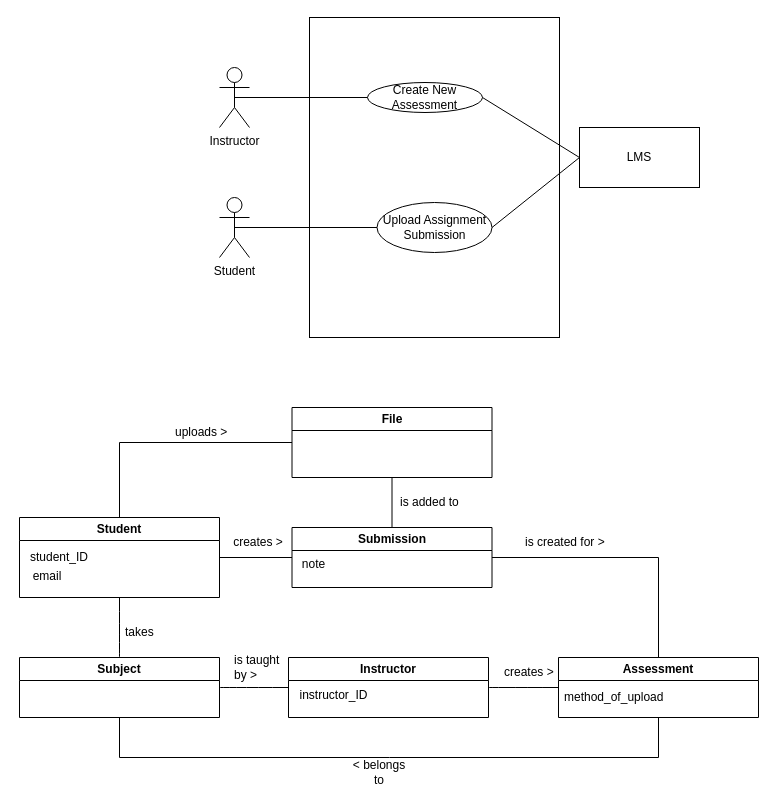
This is page "Page-1" (1 of 2) of domain_model_Workshop_2.drawio from antonykimuom/SWEN30006-2025-SM1-workshop1-tuew05-14-00-team-12, a draw.io file, before an edit. Source tidied: cells renumbered, new cells numbered last; positions are measured from the earlier drawing's top-left corner, leaving out a move shared by most shapes. Both pictures are drawn from the tidied source at 100%, with x=0, y=0 at pixel (17, 17).
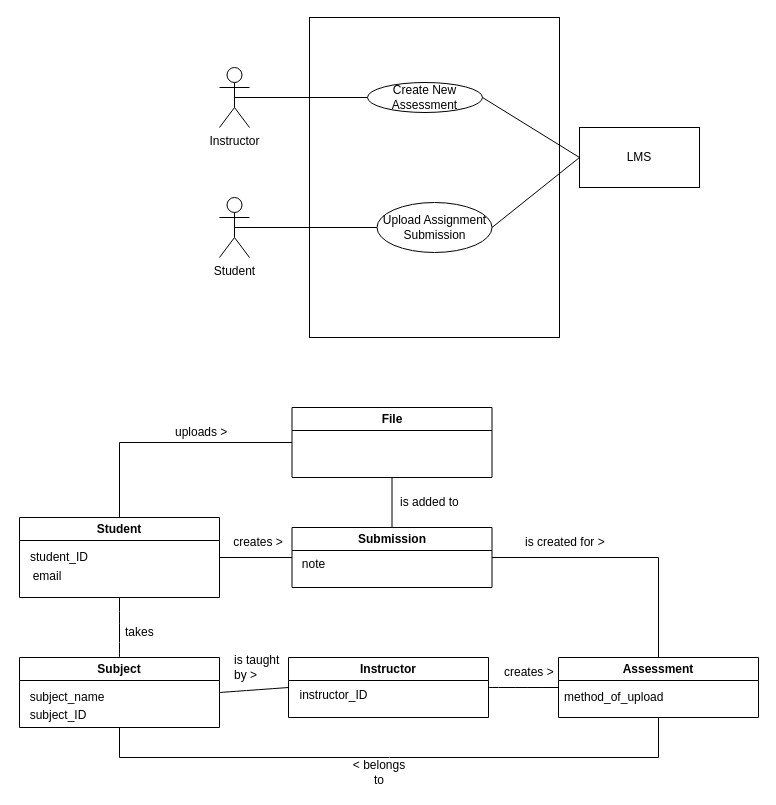
After the change.

Commit message:
attributes for subject

What changed in the source:
```diff
@@
     <mxCell id="22" value="Subject" style="swimlane;whiteSpace=wrap;html=1;" parent="1" vertex="1">
-      <mxGeometry x="2" y="640" width="200" height="60" as="geometry" />
+      <mxGeometry x="2" y="640" width="200" height="70" as="geometry" />
     </mxCell>
+    <mxCell id="39" value="subject_name" style="text;html=1;align=center;verticalAlign=middle;whiteSpace=wrap;rounded=0;" parent="22" vertex="1">
+      <mxGeometry x="18" y="27.5" width="60" height="25" as="geometry" />
+    </mxCell>
+    <mxCell id="40" value="subject_ID" style="text;html=1;align=center;verticalAlign=middle;whiteSpace=wrap;rounded=0;" parent="22" vertex="1">
+      <mxGeometry x="9" y="43" width="60" height="30" as="geometry" />
+    </mxCell>
```
